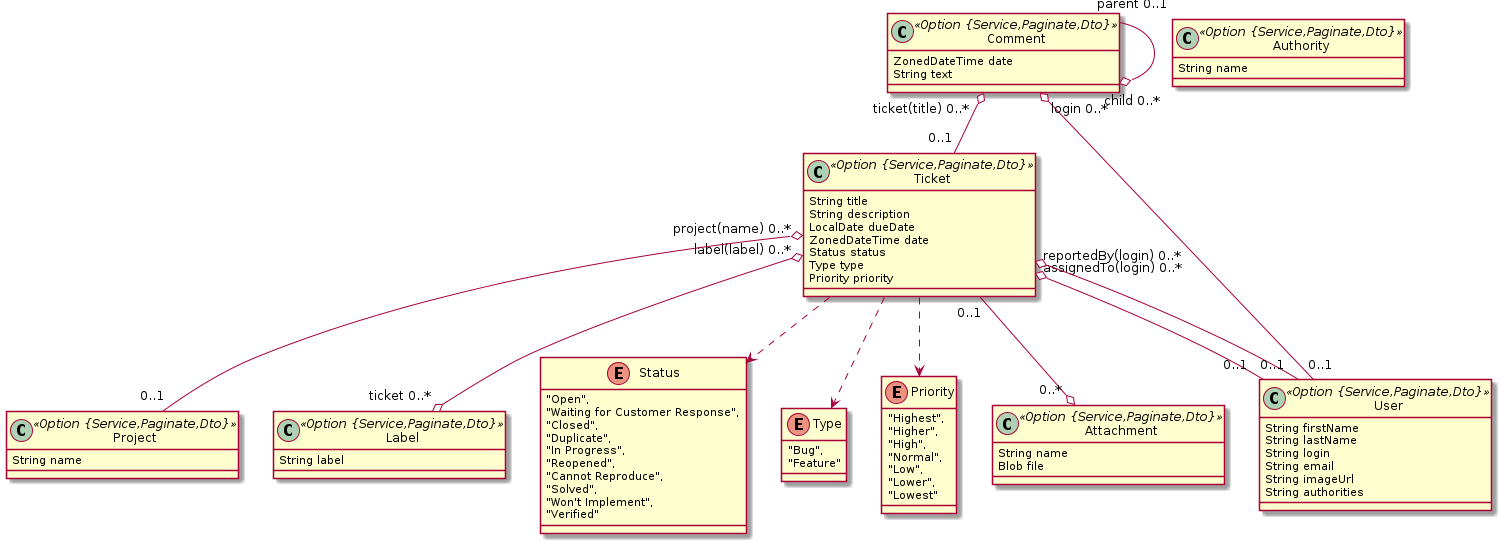
Before: .jdl-sample/bug-tracker-v1.png, a diagram exported from PlantUML (VergilSkye/exemplo-jenkins).
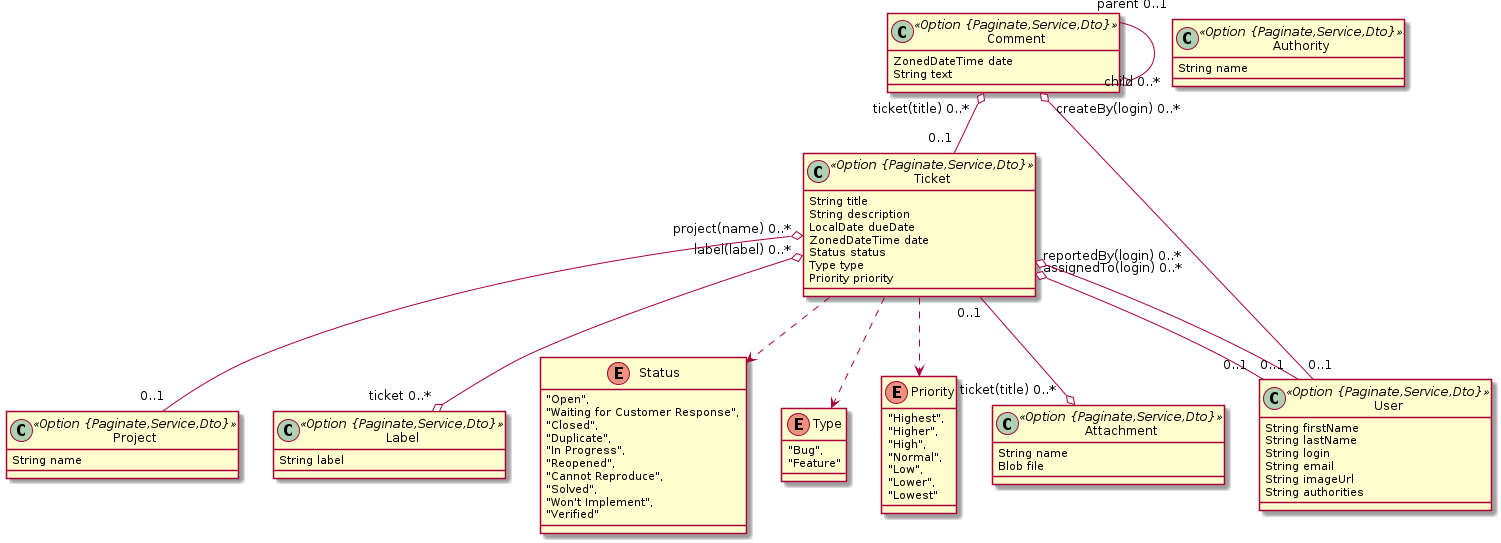
Above is the later version.

Commit message:
melhorando tela de display para colocar o texto significativo da entidade em vez do id (quando fizer sentido)

The edit, as a diff of the source:
```diff
@@ -1,12 +1,12 @@
 @startuml
 	!pragma syntax class
-	class Project <<Option {Service,Paginate,Dto}>> {
+	class Project <<Option {Paginate,Service,Dto}>> {
 		String name
 	}
-	class Label <<Option {Service,Paginate,Dto}>> {
+	class Label <<Option {Paginate,Service,Dto}>> {
 		String label
 	}
-	class Ticket <<Option {Service,Paginate,Dto}>> {
+	class Ticket <<Option {Paginate,Service,Dto}>> {
 		String title
 		String description
 		LocalDate dueDate
@@ -18,7 +18,7 @@
 	Ticket ..> Status
 	Ticket ..> Type
 	Ticket ..> Priority
-	class Attachment <<Option {Service,Paginate,Dto}>> {
+	class Attachment <<Option {Paginate,Service,Dto}>> {
 		String name
 		Blob file
 	}
@@ -26,10 +26,10 @@
 	Ticket  "project(name) 0..* " o-- "0..1 "  Project
 	Ticket  "assignedTo(login) 0..* " o-- "0..1 "  User
 	Ticket  "reportedBy(login) 0..* " o-- "0..1 "  User
-	Comment  "login 0..* " o-- "0..1 "  User
+	Comment  "createBy(login) 0..* " o-- "0..1 "  User
 	Comment  "ticket(title) 0..* " o-- "0..1 "  Ticket
 	Comment  "parent 0..1 " --o "child 0..* "  Comment
-	Ticket  "0..1 " --o "0..* "  Attachment
+	Ticket  "0..1 " --o "ticket(title) 0..* "  Attachment
 	enum Status {
 		"Open",
 		"Waiting for Customer Response",
@@ -55,14 +55,14 @@
 		"Lower",
 		"Lowest"
 	}
-	class Comment <<Option {Service,Paginate,Dto}>> {
+	class Comment <<Option {Paginate,Service,Dto}>> {
 		ZonedDateTime date
 		String text
 	}
-	class Authority <<Option {Service,Paginate,Dto}>> {
+	class Authority <<Option {Paginate,Service,Dto}>> {
 		String name
 	}
-	class User <<Option {Service,Paginate,Dto}>> {
+	class User <<Option {Paginate,Service,Dto}>> {
 		String firstName
 		String lastName
 		String login
```
